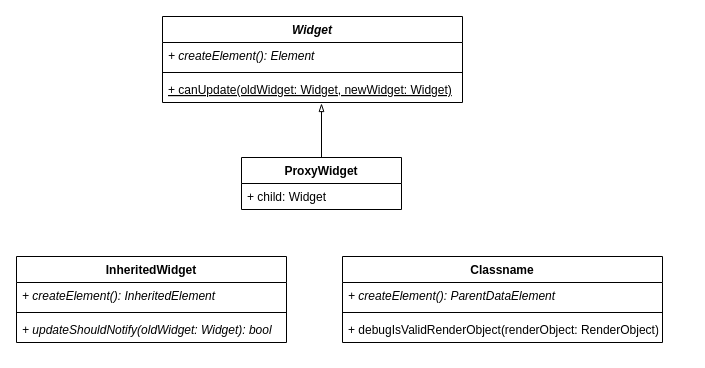
Before: flutter/proxy_widget.drawio in rockstore/diagram, a draw.io diagram. Source tidied: cells renumbered, new cells numbered last; positions are measured from the earlier drawing's top-left corner, leaving out a move shared by most shapes. Both pictures are drawn from the tidied source at 100%, with x=0, y=0 at pixel (16, 16).
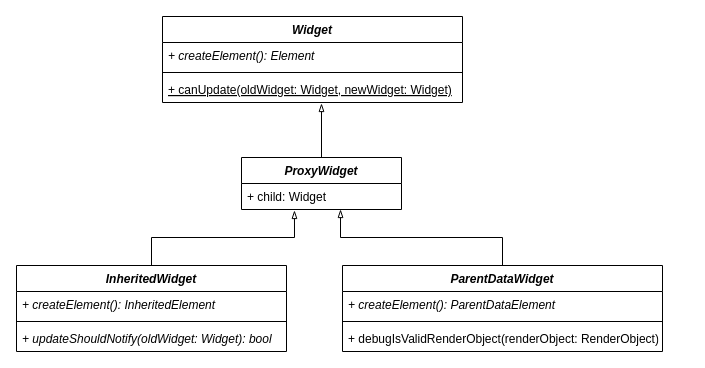
The same page after the edit.

Change to the diagram source:
```diff
@@
 <mxGraphModel>
   <root>
     <mxCell id="0" />
     <mxCell id="1" parent="0" />
     <mxCell id="2" value="Widget" style="swimlane;fontStyle=3;align=center;verticalAlign=top;horizontal=1;startSize=26;" parent="1" vertex="1">
       <mxGeometry x="146" width="300" height="86" as="geometry" />
     </mxCell>
     <mxCell id="3" value="+ createElement(): Element" style="text;strokeColor=none;fillColor=none;align=left;verticalAlign=top;spacingLeft=4;spacingRight=4;overflow=hidden;fontStyle=2;" parent="2" vertex="1">
       <mxGeometry y="26" width="300" height="26" as="geometry" />
     </mxCell>
     <mxCell id="4" style="line;strokeWidth=1;fillColor=none;align=left;verticalAlign=middle;spacingTop=-1;spacingLeft=3;spacingRight=3;labelPosition=right;" parent="2" vertex="1">
       <mxGeometry y="52" width="300" height="8" as="geometry" />
     </mxCell>
     <mxCell id="5" value="+ canUpdate(oldWidget: Widget, newWidget: Widget)" style="text;strokeColor=none;fillColor=none;align=left;verticalAlign=top;spacingLeft=4;spacingRight=4;overflow=hidden;points=[[0,0.5],[1,0.5]];portConstraint=eastwest;fontStyle=4;" parent="2" vertex="1">
       <mxGeometry y="60" width="300" height="26" as="geometry" />
     </mxCell>
     <mxCell id="6" style="edgeStyle=orthogonalEdgeStyle;rounded=0;jettySize=auto;html=1;exitX=0.5;exitY=0;exitDx=0;exitDy=0;entryX=0.53;entryY=1.038;entryDx=0;entryDy=0;entryPerimeter=0;endArrow=blockThin;endFill=0;" parent="1" edge="1" source="7" target="5">
       <mxGeometry relative="1" as="geometry" />
     </mxCell>
-    <mxCell id="7" value="ProxyWidget" style="swimlane;fontStyle=1;align=center;verticalAlign=top;horizontal=1;startSize=26;" parent="1" vertex="1">
+    <mxCell id="7" value="ProxyWidget" style="swimlane;fontStyle=3;align=center;verticalAlign=top;horizontal=1;startSize=26;" parent="1" vertex="1">
       <mxGeometry x="225" y="141" width="160" height="52" as="geometry" />
     </mxCell>
     <mxCell id="8" value="+ child: Widget" style="text;strokeColor=none;fillColor=none;align=left;verticalAlign=top;spacingLeft=4;spacingRight=4;overflow=hidden;points=[[0,0.5],[1,0.5]];portConstraint=eastwest;" parent="7" vertex="1">
       <mxGeometry y="26" width="160" height="26" as="geometry" />
     </mxCell>
+    <mxCell id="17" style="edgeStyle=orthogonalEdgeStyle;rounded=0;jettySize=auto;html=1;endArrow=blockThin;endFill=0;entryX=0.331;entryY=1.038;entryDx=0;entryDy=0;entryPerimeter=0;" parent="1" edge="1" source="9" target="8">
+      <mxGeometry relative="1" as="geometry" />
+    </mxCell>
-    <mxCell id="9" value="InheritedWidget" style="swimlane;fontStyle=1;align=center;verticalAlign=top;horizontal=1;startSize=26;" parent="1" vertex="1">
-      <mxGeometry y="240" width="270" height="86" as="geometry" />
+    <mxCell id="9" value="InheritedWidget" style="swimlane;fontStyle=3;align=center;verticalAlign=top;horizontal=1;startSize=26;" parent="1" vertex="1">
+      <mxGeometry y="249" width="270" height="86" as="geometry" />
     </mxCell>
     <mxCell id="10" value="+ createElement(): InheritedElement" style="text;strokeColor=none;fillColor=none;align=left;verticalAlign=top;spacingLeft=4;spacingRight=4;overflow=hidden;fontStyle=2;" parent="9" vertex="1">
       <mxGeometry y="26" width="270" height="26" as="geometry" />
     </mxCell>
     <mxCell id="11" style="line;strokeWidth=1;fillColor=none;align=left;verticalAlign=middle;spacingTop=-1;spacingLeft=3;spacingRight=3;labelPosition=right;" parent="9" vertex="1">
       <mxGeometry y="52" width="270" height="8" as="geometry" />
     </mxCell>
     <mxCell id="12" value="+ updateShouldNotify(oldWidget: Widget): bool" style="text;strokeColor=none;fillColor=none;align=left;verticalAlign=top;spacingLeft=4;spacingRight=4;overflow=hidden;fontStyle=2;" parent="9" vertex="1">
       <mxGeometry y="60" width="270" height="26" as="geometry" />
     </mxCell>
+    <mxCell id="18" style="edgeStyle=orthogonalEdgeStyle;rounded=0;jettySize=auto;html=1;exitX=0.5;exitY=0;exitDx=0;exitDy=0;entryX=0.619;entryY=1;entryDx=0;entryDy=0;entryPerimeter=0;endArrow=blockThin;endFill=0;" parent="1" edge="1" source="13" target="8">
+      <mxGeometry relative="1" as="geometry" />
+    </mxCell>
-    <mxCell id="13" value="Classname" style="swimlane;fontStyle=1;align=center;verticalAlign=top;horizontal=1;startSize=26;" parent="1" vertex="1">
-      <mxGeometry x="326" y="240" width="320" height="86" as="geometry" />
+    <mxCell id="13" value="ParentDataWidget" style="swimlane;fontStyle=3;align=center;verticalAlign=top;horizontal=1;startSize=26;" parent="1" vertex="1">
+      <mxGeometry x="326" y="249" width="320" height="86" as="geometry" />
     </mxCell>
     <mxCell id="14" value="+ createElement(): ParentDataElement" style="text;strokeColor=none;fillColor=none;align=left;verticalAlign=top;spacingLeft=4;spacingRight=4;overflow=hidden;fontStyle=2;" parent="13" vertex="1">
       <mxGeometry y="26" width="320" height="26" as="geometry" />
     </mxCell>
     <mxCell id="15" style="line;strokeWidth=1;fillColor=none;align=left;verticalAlign=middle;spacingTop=-1;spacingLeft=3;spacingRight=3;labelPosition=right;" parent="13" vertex="1">
       <mxGeometry y="52" width="320" height="8" as="geometry" />
     </mxCell>
     <mxCell id="16" value="+ debugIsValidRenderObject(renderObject: RenderObject): bool" style="text;strokeColor=none;fillColor=none;align=left;verticalAlign=top;spacingLeft=4;spacingRight=4;overflow=hidden;" parent="13" vertex="1">
       <mxGeometry y="60" width="320" height="26" as="geometry" />
     </mxCell>
   </root>
 </mxGraphModel>
```
